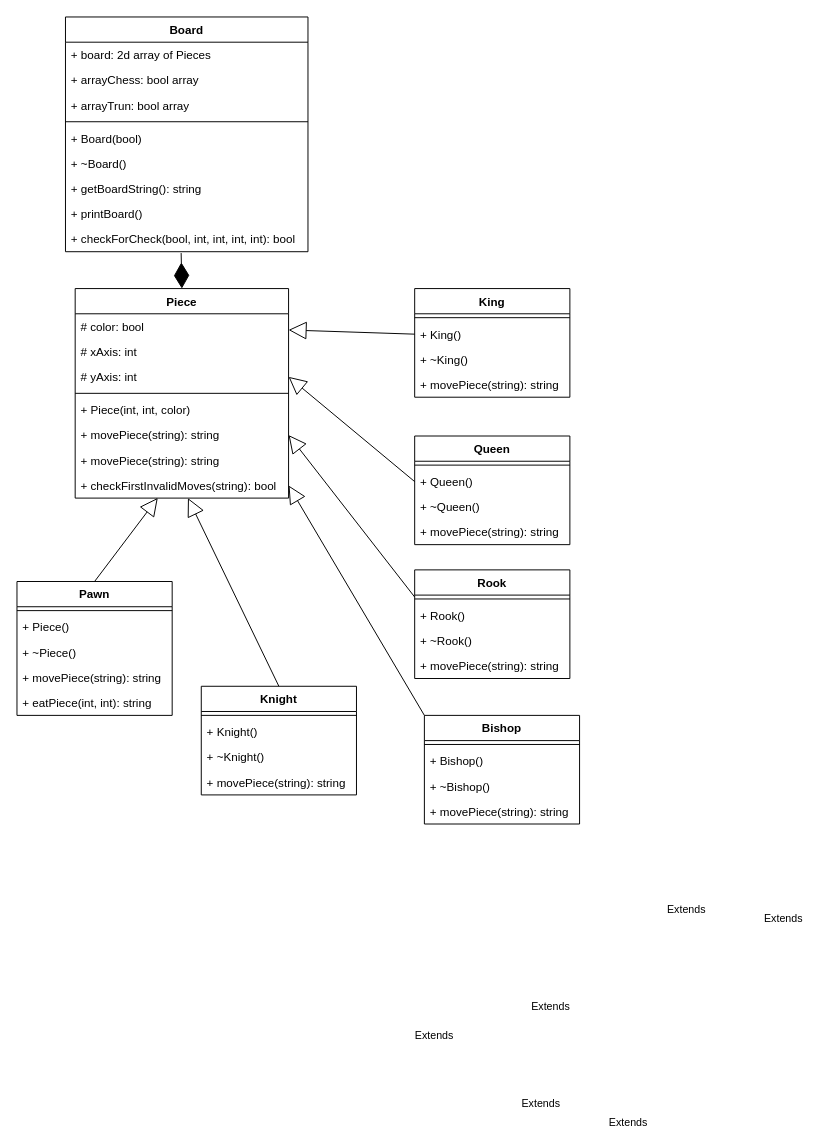
DolevD42/chess_dolev_2021 keeps this draw.io diagram as UML_ChessProject.drawio. Above is the earlier version. Source tidied: cells renumbered, new cells numbered last; positions are measured from the earlier drawing's top-left corner, leaving out a move shared by most shapes. Both pictures are drawn from the tidied source at 97%, with x=0, y=0 at pixel (16, 16).
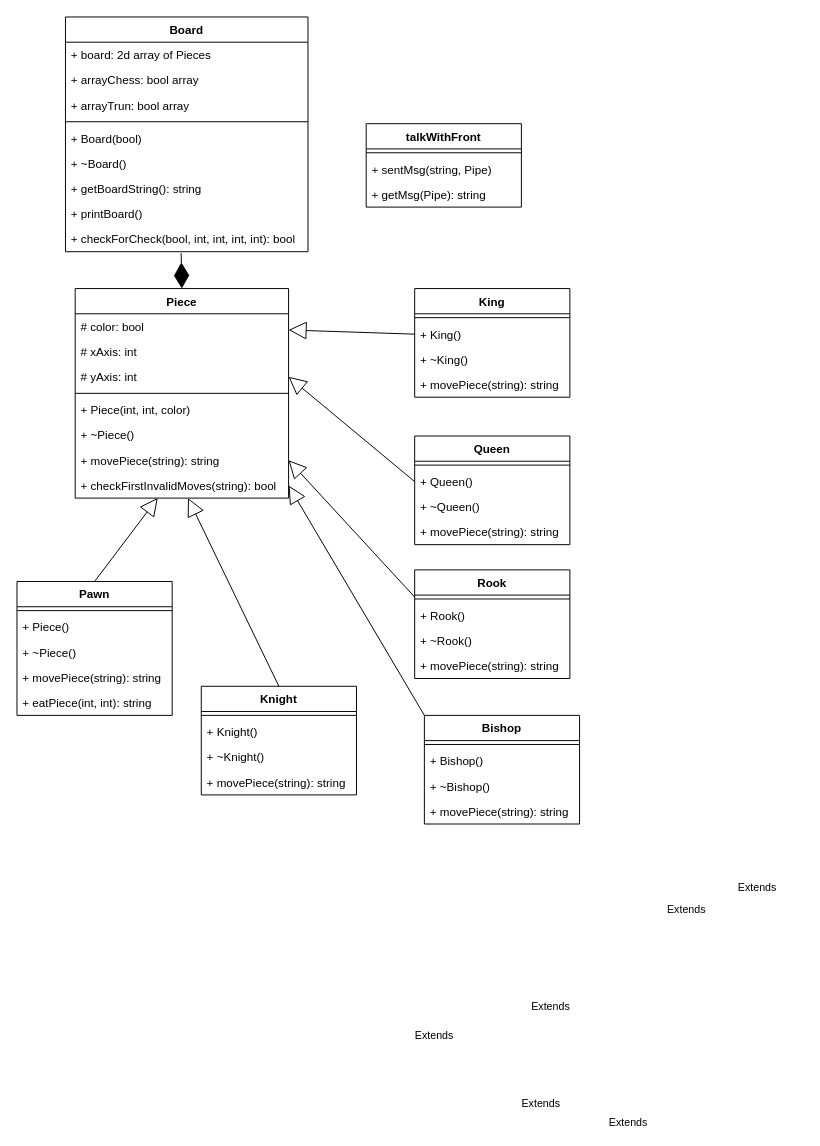
Above is the later version.

The change refers to these unchanged cells:
```xml
<mxCell id="12" value="Piece" style="swimlane;fontStyle=1;align=center;verticalAlign=top;horizontal=1;startSize=26;" parent="1" vertex="1">
  <mxGeometry x="60" y="280" width="220" height="216" as="geometry" />
</mxCell>
```

Change to the diagram source:
```diff
@@
+    <mxCell id="59" value="+ ~Piece()" style="text;strokeColor=none;fillColor=none;align=left;verticalAlign=top;spacingLeft=4;spacingRight=4;overflow=hidden;" parent="12" vertex="1">
+      <mxGeometry y="138" width="220" height="26" as="geometry" />
+    </mxCell>
     <mxCell id="18" value="+ movePiece(string): string" style="text;strokeColor=none;fillColor=none;align=left;verticalAlign=top;spacingLeft=4;spacingRight=4;overflow=hidden;points=[[0,0.5],[1,0.5]];portConstraint=eastwest;" parent="12" vertex="1">
-      <mxGeometry y="138" width="220" height="26" as="geometry" />
+      <mxGeometry y="164" width="220" height="26" as="geometry" />
     </mxCell>
-    <mxCell id="19" value="+ movePiece(string): string" style="text;strokeColor=none;fillColor=none;align=left;verticalAlign=top;spacingLeft=4;spacingRight=4;overflow=hidden;" parent="12" vertex="1">
-      <mxGeometry y="164" width="220" height="26" as="geometry" />
-    </mxCell>
@@
+    <mxCell id="60" value="talkWithFront" style="swimlane;fontStyle=1;align=center;verticalAlign=top;horizontal=1;startSize=26;" parent="1" vertex="1">
+      <mxGeometry x="360" y="110" width="160" height="86" as="geometry" />
+    </mxCell>
+    <mxCell id="61" style="line;strokeWidth=1;fillColor=none;align=left;verticalAlign=middle;spacingTop=-1;spacingLeft=3;spacingRight=3;labelPosition=right;" parent="60" vertex="1">
+      <mxGeometry y="26" width="160" height="8" as="geometry" />
+    </mxCell>
+    <mxCell id="62" value="+ sentMsg(string, Pipe)&#10; " style="text;strokeColor=none;fillColor=none;align=left;verticalAlign=top;spacingLeft=4;spacingRight=4;overflow=hidden;" parent="60" vertex="1">
+      <mxGeometry y="34" width="160" height="26" as="geometry" />
+    </mxCell>
+    <mxCell id="63" value="+ getMsg(Pipe): string&#10; " style="text;strokeColor=none;fillColor=none;align=left;verticalAlign=top;spacingLeft=4;spacingRight=4;overflow=hidden;" parent="60" vertex="1">
+      <mxGeometry y="60" width="160" height="26" as="geometry" />
+    </mxCell>
```
